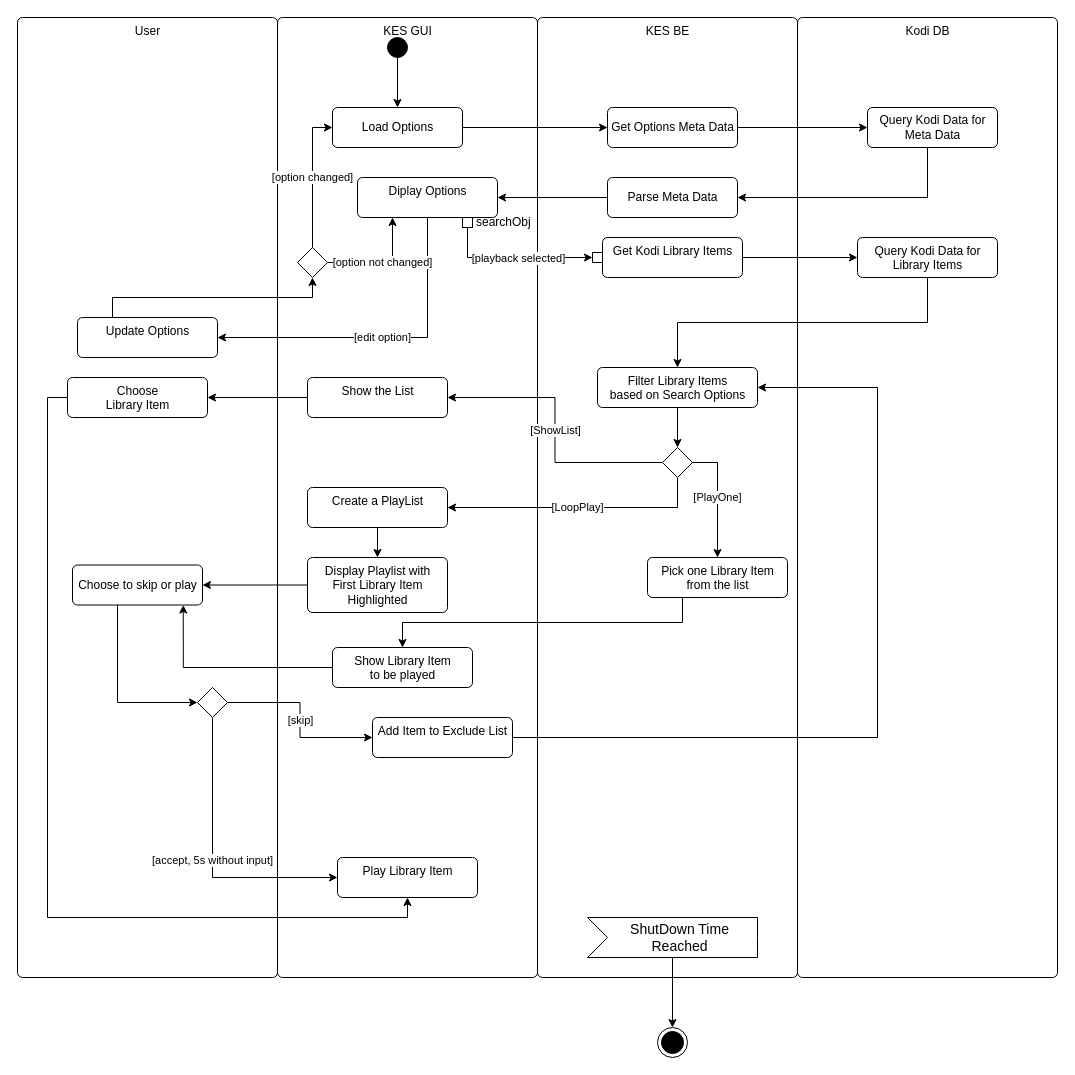
Above: page "Activity Diagram w/ swimlanes" (3 of 3) of uml.drawio in dustinmcmahon/kodiAddon (draw.io), before the change. Source tidied: cells renumbered, new cells numbered last; positions are measured from the earlier drawing's top-left corner, leaving out a move shared by most shapes. Both pictures are drawn from the tidied source at 100%, with x=0, y=0 at pixel (17, 17).
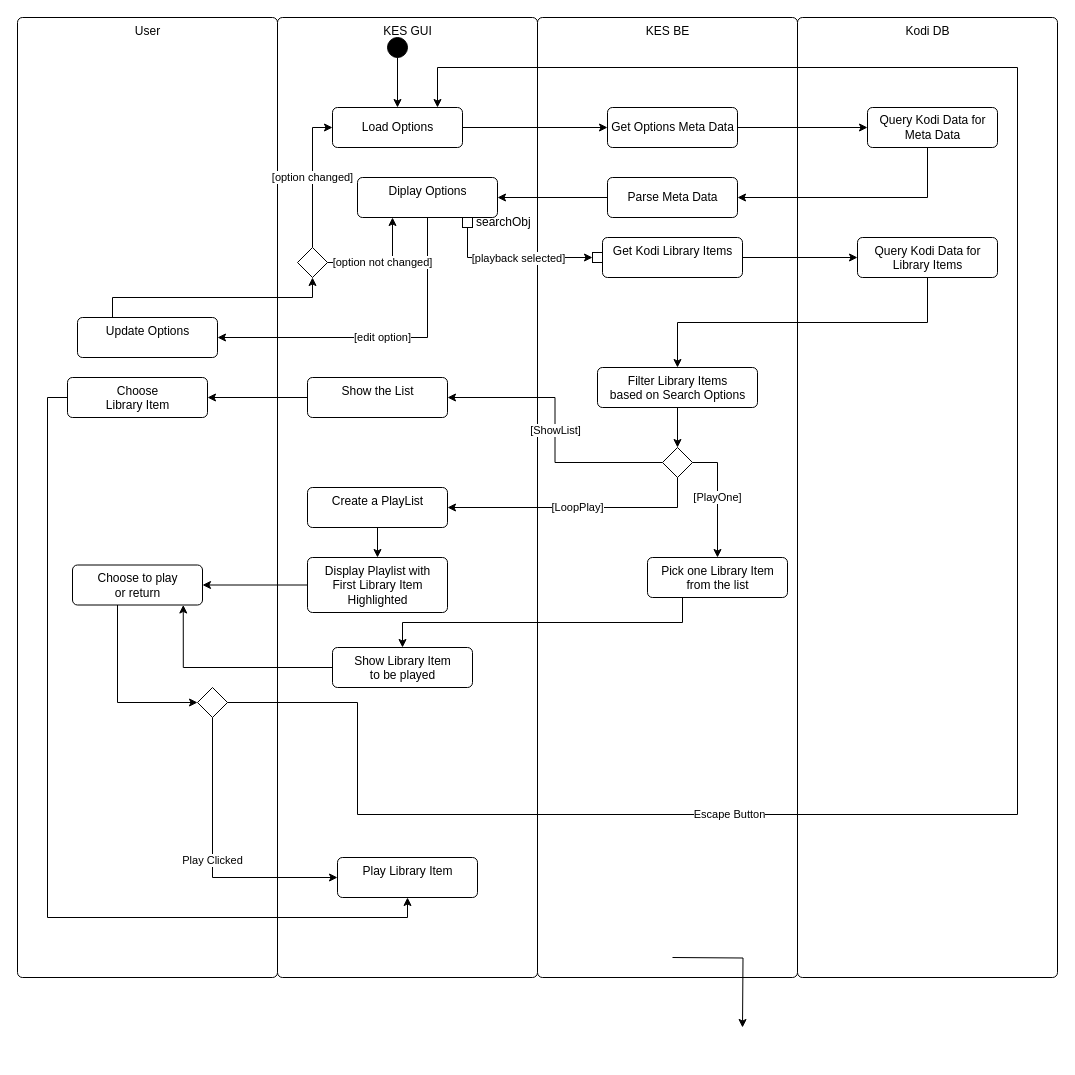
The same diagram, later.

The change refers to these unchanged cells:
```xml
<mxCell id="6" value="Play Library Item" style="html=1;align=center;verticalAlign=top;rounded=1;absoluteArcSize=1;arcSize=10;dashed=0;" parent="1" vertex="1">
  <mxGeometry x="320" y="840" width="140" height="40" as="geometry" />
</mxCell>
<mxCell id="15" style="rhombus;" parent="1" vertex="1">
  <mxGeometry x="180" y="670" width="30" height="30" as="geometry" />
</mxCell>
<mxCell id="28" value="Load Options" style="html=1;align=center;verticalAlign=middle;rounded=1;absoluteArcSize=1;arcSize=10;dashed=0;" parent="1" vertex="1">
  <mxGeometry x="315" y="90" width="130" height="40" as="geometry" />
</mxCell>
<mxCell id="53" value="Filter Library Items&lt;br&gt;based on Search Options" style="html=1;align=center;verticalAlign=top;rounded=1;absoluteArcSize=1;arcSize=10;dashed=0;" parent="1" vertex="1">
  <mxGeometry x="580" y="350" width="160" height="40" as="geometry" />
</mxCell>
```

Change to the diagram source:
```diff
@@
-    <mxCell id="13" value="[accept, 5s without input]" style="edgeStyle=orthogonalEdgeStyle;rounded=0;jettySize=auto;html=1;entryX=0;entryY=0.5;entryDx=0;entryDy=0;exitX=0.5;exitY=1;exitDx=0;exitDy=0;startArrow=none;" parent="1" edge="1" source="15" target="6">
+    <mxCell id="13" value="Play Clicked" style="edgeStyle=orthogonalEdgeStyle;rounded=0;jettySize=auto;html=1;entryX=0;entryY=0.5;entryDx=0;entryDy=0;exitX=0.5;exitY=1;exitDx=0;exitDy=0;startArrow=none;" parent="1" edge="1" source="15" target="6">
       <mxGeometry relative="1" as="geometry" />
     </mxCell>
-    <mxCell id="14" value="[skip]" style="edgeStyle=orthogonalEdgeStyle;rounded=0;jettySize=auto;html=1;entryX=0;entryY=0.5;entryDx=0;entryDy=0;exitX=1;exitY=0.5;exitDx=0;exitDy=0;" parent="1" edge="1" source="15" target="58">
-      <mxGeometry relative="1" as="geometry" />
-    </mxCell>
@@
-    <mxCell id="22" style="edgeStyle=orthogonalEdgeStyle;rounded=0;jettySize=auto;html=1;exitX=0;exitY=0;exitDx=85;exitDy=40;exitPerimeter=0;entryX=0.5;entryY=0;entryDx=0;entryDy=0;" parent="1" edge="1" source="23" target="24">
-      <mxGeometry relative="1" as="geometry" />
+    <mxCell id="22" style="edgeStyle=orthogonalEdgeStyle;rounded=0;orthogonalLoop=1;jettySize=auto;html=1;exitX=0;exitY=0;exitDx=85;exitDy=40;exitPerimeter=0;entryX=0.5;entryY=0;entryDx=0;entryDy=0;" parent="1" edge="1">
+      <mxGeometry relative="1" as="geometry">
+        <mxPoint x="655" y="940" as="sourcePoint" />
+        <mxPoint x="725" y="1010" as="targetPoint" />
+      </mxGeometry>
     </mxCell>
-    <mxCell id="23" value="ShutDown Time &lt;br&gt;Reached" style="html=1;shape=mxgraph.infographic.ribbonSimple;notch1=20;notch2=0;align=center;verticalAlign=middle;fontSize=14;fontStyle=0;fillColor=#FFFFFF;flipH=0;spacingRight=0;spacingLeft=14;" parent="1" vertex="1">
-      <mxGeometry x="570" y="900" width="170" height="40" as="geometry" />
-    </mxCell>
-    <mxCell id="24" style="ellipse;html=1;shape=endState;fillColor=strokeColor;" parent="1" vertex="1">
-      <mxGeometry x="640" y="1010" width="30" height="30" as="geometry" />
-    </mxCell>
-    <mxCell id="25" style="edgeStyle=orthogonalEdgeStyle;rounded=0;orthogonalLoop=1;jettySize=auto;html=1;exitX=0.5;exitY=1;exitDx=0;exitDy=0;" parent="1" edge="1" source="58" target="58">
-      <mxGeometry relative="1" as="geometry" />
+    <mxCell id="25" style="edgeStyle=orthogonalEdgeStyle;rounded=0;orthogonalLoop=1;jettySize=auto;html=1;exitX=0.5;exitY=1;exitDx=0;exitDy=0;" parent="1" edge="1">
+      <mxGeometry relative="1" as="geometry">
+        <mxPoint x="425" y="740" as="sourcePoint" />
+        <mxPoint x="425" y="740" as="targetPoint" />
+      </mxGeometry>
     </mxCell>
@@
-    <mxCell id="57" style="edgeStyle=orthogonalEdgeStyle;rounded=0;jettySize=auto;html=1;entryX=1;entryY=0.5;entryDx=0;entryDy=0;" parent="1" edge="1" source="58" target="53">
-      <mxGeometry relative="1" as="geometry">
-        <Array as="points">
-          <mxPoint x="860" y="720" />
-          <mxPoint x="860" y="370" />
-        </Array>
-      </mxGeometry>
-    </mxCell>
-    <mxCell id="58" value="Add Item to Exclude List" style="html=1;align=center;verticalAlign=top;rounded=1;absoluteArcSize=1;arcSize=10;dashed=0;" parent="1" vertex="1">
-      <mxGeometry x="355" y="700" width="140" height="40" as="geometry" />
-    </mxCell>
@@
-    <mxCell id="60" value="Choose to skip or play" style="html=1;align=center;verticalAlign=middle;rounded=1;absoluteArcSize=1;arcSize=10;dashed=0;" parent="1" vertex="1">
+    <mxCell id="60" value="Choose to play &lt;br&gt;or return" style="html=1;align=center;verticalAlign=middle;rounded=1;absoluteArcSize=1;arcSize=10;dashed=0;" parent="1" vertex="1">
       <mxGeometry x="55" y="547.5" width="130" height="40" as="geometry" />
     </mxCell>
+    <mxCell id="61" style="edgeStyle=orthogonalEdgeStyle;rounded=0;jettySize=auto;html=1;exitX=1;exitY=0.5;exitDx=0;exitDy=0;" parent="1" edge="1" source="15" target="28">
+      <mxGeometry relative="1" as="geometry">
+        <Array as="points">
+          <mxPoint x="340" y="685" />
+          <mxPoint x="340" y="797" />
+          <mxPoint x="1000" y="797" />
+          <mxPoint x="1000" y="50" />
+          <mxPoint x="420" y="50" />
+        </Array>
+      </mxGeometry>
+    </mxCell>
+    <mxCell id="62" value="Escape Button" style="edgeLabel;html=1;align=center;verticalAlign=middle;" parent="61" vertex="1">
+      <mxGeometry x="-0.46" y="1" relative="1" as="geometry" />
+    </mxCell>
```
